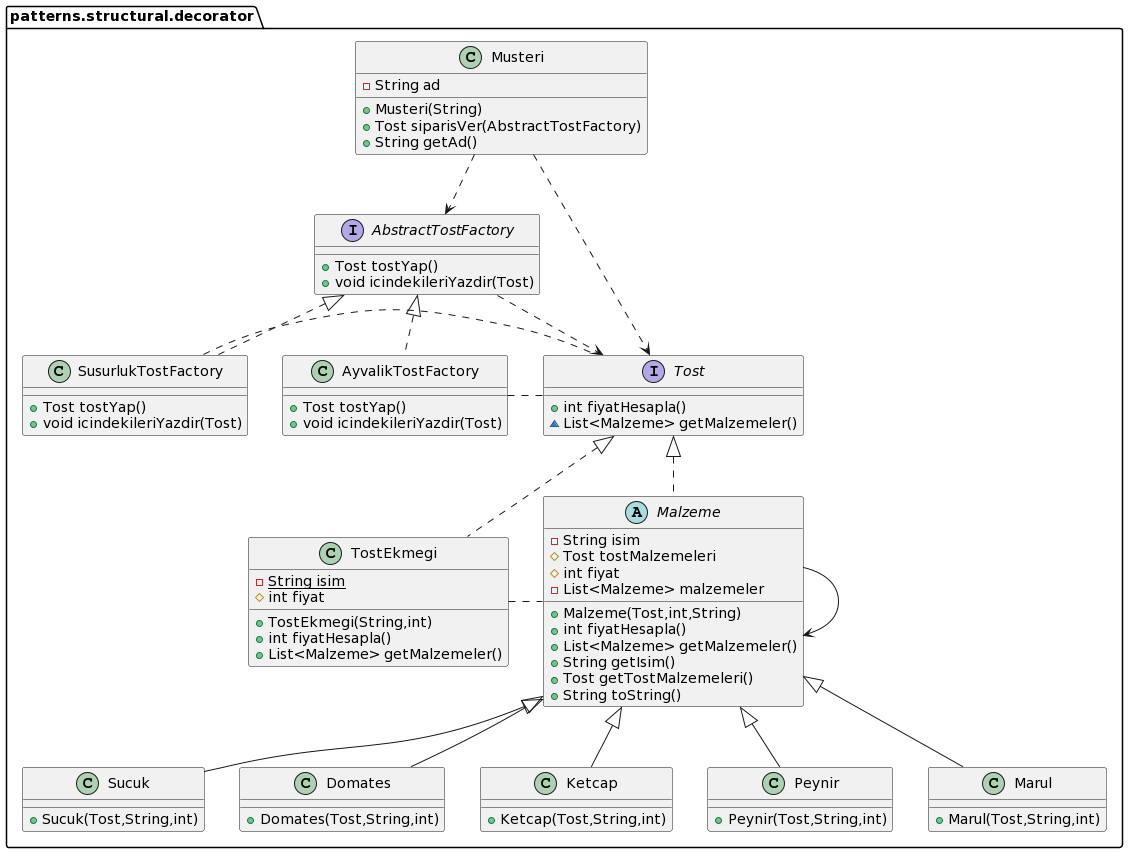
MertBaran/Design-Patterns keeps this PlantUML diagram as umls/structural/DecoratorUML.png. Above is the earlier version. Its diagram source:
```plantuml
@startuml
class patterns.structural.decorator.Sucuk {
+ Sucuk(Tost,String,int)
}
class patterns.structural.decorator.Domates {
+ Domates(Tost,String,int)
}
class patterns.structural.decorator.SusurlukTostFactory {
+ Tost tostYap()
+ void icindekileriYazdir(Tost)
}
class patterns.structural.decorator.Ketcap {
+ Ketcap(Tost,String,int)
}
class patterns.structural.decorator.AyvalikTostFactory {
+ Tost tostYap()
+ void icindekileriYazdir(Tost)
}
abstract class patterns.structural.decorator.Malzeme {
- String isim
# Tost tostMalzemeleri
# int fiyat
- List<Malzeme> malzemeler
+ Malzeme(Tost,int,String)
+ int fiyatHesapla()
+ List<Malzeme> getMalzemeler()
+ String getIsim()
+ Tost getTostMalzemeleri()
+ String toString()
}
class patterns.structural.decorator.Peynir {
+ Peynir(Tost,String,int)
}
class patterns.structural.decorator.Musteri {
- String ad
+ Musteri(String)
+ Tost siparisVer(AbstractTostFactory)
+ String getAd()
}
class patterns.structural.decorator.Marul {
+ Marul(Tost,String,int)
}
class patterns.structural.decorator.TostEkmegi {
- {static} String isim
# int fiyat
+ TostEkmegi(String,int)
+ int fiyatHesapla()
+ List<Malzeme> getMalzemeler()
}
interface patterns.structural.decorator.AbstractTostFactory {
+ Tost tostYap()
+ void icindekileriYazdir(Tost)
}
interface patterns.structural.decorator.Tost {
+ int fiyatHesapla()
~ List<Malzeme> getMalzemeler()
}
patterns.structural.decorator.AyvalikTostFactory . patterns.structural.decorator.Tost
patterns.structural.decorator.SusurlukTostFactory . patterns.structural.decorator.Tost
patterns.structural.decorator.TostEkmegi . patterns.structural.decorator.Malzeme
patterns.structural.decorator.Musteri ..> patterns.structural.decorator.AbstractTostFactory
patterns.structural.decorator.Malzeme --> patterns.structural.decorator.Malzeme
patterns.structural.decorator.AbstractTostFactory ..> patterns.structural.decorator.Tost
patterns.structural.decorator.Musteri ..> patterns.structural.decorator.Tost
patterns.structural.decorator.Malzeme <|-- patterns.structural.decorator.Sucuk
patterns.structural.decorator.Malzeme <|-- patterns.structural.decorator.Domates
patterns.structural.decorator.AbstractTostFactory <|.. patterns.structural.decorator.SusurlukTostFactory
patterns.structural.decorator.Malzeme <|-- patterns.structural.decorator.Ketcap
patterns.structural.decorator.AbstractTostFactory <|.. patterns.structural.decorator.AyvalikTostFactory
patterns.structural.decorator.Tost <|.. patterns.structural.decorator.Malzeme
patterns.structural.decorator.Malzeme <|-- patterns.structural.decorator.Peynir
patterns.structural.decorator.Malzeme <|-- patterns.structural.decorator.Marul
patterns.structural.decorator.Tost <|.. patterns.structural.decorator.TostEkmegi
@enduml
```
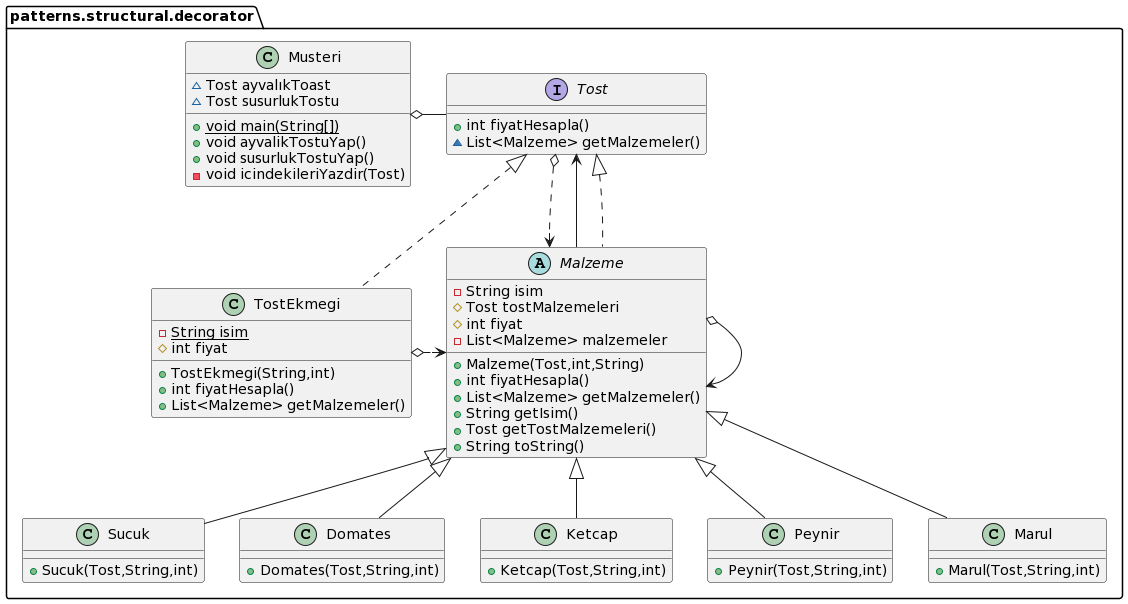
Above is the later version.

Change to the diagram source:
```diff
@@ -5,17 +5,10 @@
 class patterns.structural.decorator.Domates {
 + Domates(Tost,String,int)
 }
-class patterns.structural.decorator.SusurlukTostFactory {
-+ Tost tostYap()
-+ void icindekileriYazdir(Tost)
+class patterns.structural.decorator.Ketcap {
++  Ketcap(Tost,String,int)
 }
-class patterns.structural.decorator.Ketcap {
-+ Ketcap(Tost,String,int)
-}
-class patterns.structural.decorator.AyvalikTostFactory {
-+ Tost tostYap()
-+ void icindekileriYazdir(Tost)
-}
+
 abstract class patterns.structural.decorator.Malzeme {
 - String isim
 # Tost tostMalzemeleri
@@ -31,12 +24,6 @@
 class patterns.structural.decorator.Peynir {
 + Peynir(Tost,String,int)
 }
-class patterns.structural.decorator.Musteri {
-- String ad
-+ Musteri(String)
-+ Tost siparisVer(AbstractTostFactory)
-+ String getAd()
-}
 class patterns.structural.decorator.Marul {
 + Marul(Tost,String,int)
 }
@@ -47,26 +34,27 @@
 + int fiyatHesapla()
 + List<Malzeme> getMalzemeler()
 }
-interface patterns.structural.decorator.AbstractTostFactory {
-+ Tost tostYap()
-+ void icindekileriYazdir(Tost)
-}
+
 interface patterns.structural.decorator.Tost {
 + int fiyatHesapla()
 ~ List<Malzeme> getMalzemeler()
 }
-patterns.structural.decorator.AyvalikTostFactory . patterns.structural.decorator.Tost
-patterns.structural.decorator.SusurlukTostFactory . patterns.structural.decorator.Tost
-patterns.structural.decorator.TostEkmegi . patterns.structural.decorator.Malzeme
-patterns.structural.decorator.Musteri ..> patterns.structural.decorator.AbstractTostFactory
-patterns.structural.decorator.Malzeme --> patterns.structural.decorator.Malzeme
-patterns.structural.decorator.AbstractTostFactory ..> patterns.structural.decorator.Tost
-patterns.structural.decorator.Musteri ..> patterns.structural.decorator.Tost
+class patterns.structural.decorator.Musteri {
+~ Tost ayvalıkToast
+~ Tost susurlukTostu
++ {static} void main(String[])
++ void ayvalikTostuYap()
++ void susurlukTostuYap()
+- void icindekileriYazdir(Tost)
+}
+patterns.structural.decorator.Musteri o- patterns.structural.decorator.Tost
+patterns.structural.decorator.TostEkmegi o.> patterns.structural.decorator.Malzeme
+patterns.structural.decorator.Tost o.> patterns.structural.decorator.Malzeme
+patterns.structural.decorator.Malzeme --> patterns.structural.decorator.Tost
+patterns.structural.decorator.Malzeme o-> patterns.structural.decorator.Malzeme
 patterns.structural.decorator.Malzeme <|-- patterns.structural.decorator.Sucuk
 patterns.structural.decorator.Malzeme <|-- patterns.structural.decorator.Domates
-patterns.structural.decorator.AbstractTostFactory <|.. patterns.structural.decorator.SusurlukTostFactory
 patterns.structural.decorator.Malzeme <|-- patterns.structural.decorator.Ketcap
-patterns.structural.decorator.AbstractTostFactory <|.. patterns.structural.decorator.AyvalikTostFactory
 patterns.structural.decorator.Tost <|.. patterns.structural.decorator.Malzeme
 patterns.structural.decorator.Malzeme <|-- patterns.structural.decorator.Peynir
 patterns.structural.decorator.Malzeme <|-- patterns.structural.decorator.Marul
```
